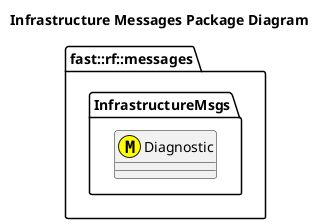
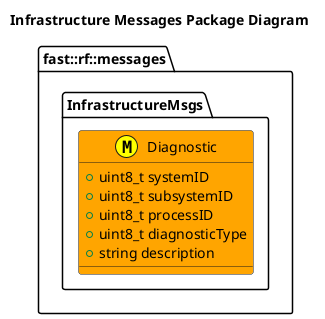
@startuml
title Infrastructure Messages Package Diagram

namespace fast::rf::messages {
  namespace InfrastructureMsgs  {
-     class Diagnostic <<(M,#FFFF00)>> {
+     class Diagnostic <<(M,#FFFF00)>> #Orange {
+       +uint8_t systemID
+       +uint8_t subsystemID
+       +uint8_t processID
+       +uint8_t diagnosticType
+       +string description
+ 

    }
  }
}
@enduml